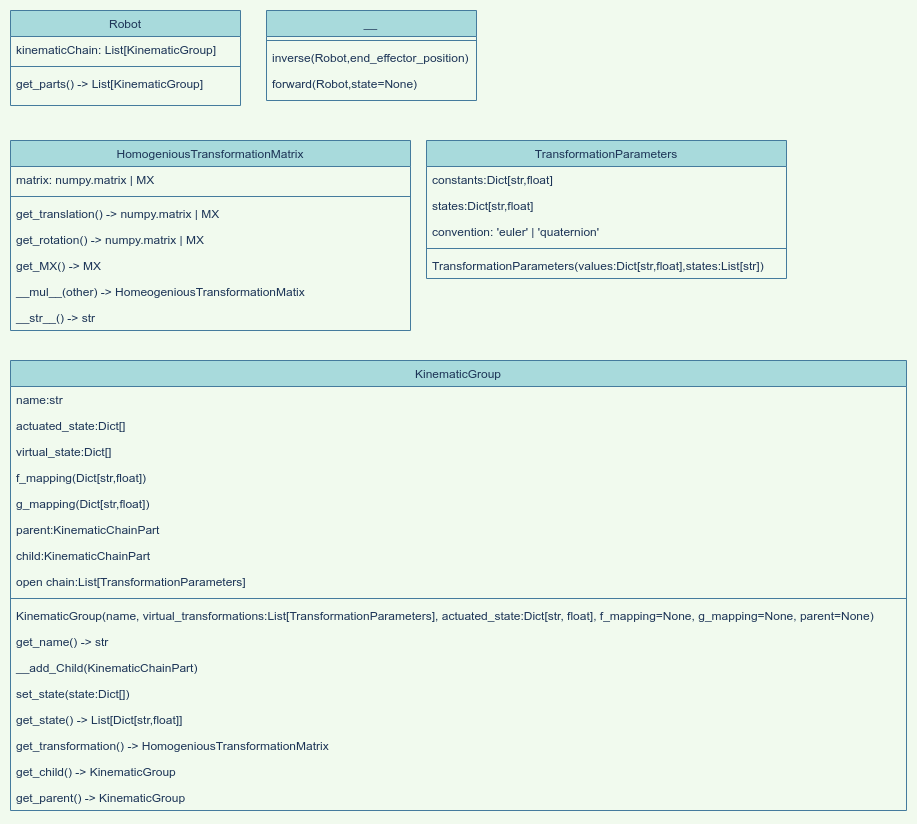
TriPed-Robot/trip_kinematics keeps this draw.io diagram as docs/design/TriP.png. Above is the earlier version. Source tidied: cells renumbered, new cells last; positions are measured from the earlier drawing's top-left corner, leaving out a move shared by most shapes.
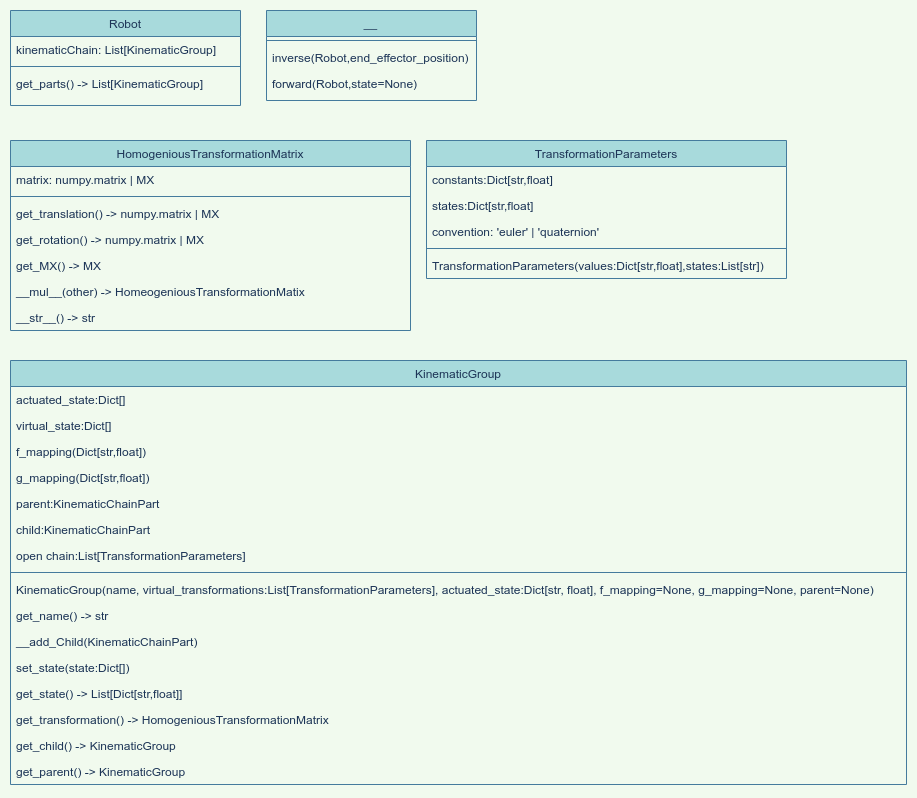
The same diagram one commit later.

What changed in the source:
```diff
@@ -27,58 +27,55 @@
       <mxGeometry y="60" width="210" height="26" as="geometry" />
     </mxCell>
     <mxCell id="10" value="KinematicGroup" style="swimlane;fontStyle=0;align=center;verticalAlign=top;horizontal=1;startSize=26;shadow=0;strokeWidth=1;fillColor=#A8DADC;strokeColor=#457B9D;fontColor=#1D3557;" parent="1" vertex="1">
-      <mxGeometry y="350" width="896" height="450" as="geometry" />
+      <mxGeometry y="350" width="896" height="424" as="geometry" />
     </mxCell>
-    <mxCell id="11" value="name:str" style="text;align=left;verticalAlign=top;spacingLeft=4;spacingRight=4;overflow=hidden;fontColor=#1D3557;" parent="10" vertex="1">
-      <mxGeometry y="26" width="896" height="26" as="geometry" />
-    </mxCell>
     <mxCell id="12" value="actuated_state:Dict[]" style="text;align=left;verticalAlign=top;spacingLeft=4;spacingRight=4;overflow=hidden;fontColor=#1D3557;" parent="10" vertex="1">
-      <mxGeometry y="52" width="896" height="26" as="geometry" />
+      <mxGeometry y="26" width="896" height="26" as="geometry" />
     </mxCell>
     <mxCell id="13" value="virtual_state:Dict[]" style="text;align=left;verticalAlign=top;spacingLeft=4;spacingRight=4;overflow=hidden;fontColor=#1D3557;" parent="10" vertex="1">
-      <mxGeometry y="78" width="896" height="26" as="geometry" />
+      <mxGeometry y="52" width="896" height="26" as="geometry" />
     </mxCell>
     <mxCell id="14" value="f_mapping(Dict[str,float])" style="text;align=left;verticalAlign=top;spacingLeft=4;spacingRight=4;overflow=hidden;fontColor=#1D3557;" parent="10" vertex="1">
-      <mxGeometry y="104" width="896" height="26" as="geometry" />
+      <mxGeometry y="78" width="896" height="26" as="geometry" />
     </mxCell>
     <mxCell id="15" value="g_mapping(Dict[str,float])" style="text;align=left;verticalAlign=top;spacingLeft=4;spacingRight=4;overflow=hidden;fontColor=#1D3557;" parent="10" vertex="1">
-      <mxGeometry y="130" width="896" height="26" as="geometry" />
+      <mxGeometry y="104" width="896" height="26" as="geometry" />
     </mxCell>
     <mxCell id="16" value="parent:KinematicChainPart" style="text;align=left;verticalAlign=top;spacingLeft=4;spacingRight=4;overflow=hidden;fontColor=#1D3557;" parent="10" vertex="1">
-      <mxGeometry y="156" width="896" height="26" as="geometry" />
+      <mxGeometry y="130" width="896" height="26" as="geometry" />
     </mxCell>
     <mxCell id="17" value="child:KinematicChainPart" style="text;align=left;verticalAlign=top;spacingLeft=4;spacingRight=4;overflow=hidden;fontColor=#1D3557;" parent="10" vertex="1">
-      <mxGeometry y="182" width="896" height="26" as="geometry" />
+      <mxGeometry y="156" width="896" height="26" as="geometry" />
     </mxCell>
     <mxCell id="18" value="open chain:List[TransformationParameters]" style="text;align=left;verticalAlign=top;spacingLeft=4;spacingRight=4;overflow=hidden;fontColor=#1D3557;" parent="10" vertex="1">
-      <mxGeometry y="208" width="896" height="26" as="geometry" />
+      <mxGeometry y="182" width="896" height="26" as="geometry" />
     </mxCell>
     <mxCell id="19" style="line;html=1;strokeWidth=1;align=left;verticalAlign=middle;spacingTop=-1;spacingLeft=3;spacingRight=3;labelPosition=right;fillColor=#A8DADC;strokeColor=#457B9D;fontColor=#1D3557;labelBackgroundColor=#F1FAEE;" parent="10" vertex="1">
-      <mxGeometry y="234" width="896" height="8" as="geometry" />
+      <mxGeometry y="208" width="896" height="8" as="geometry" />
     </mxCell>
     <mxCell id="20" value="KinematicGroup(name, virtual_transformations:List[TransformationParameters], actuated_state:Dict[str, float], f_mapping=None, g_mapping=None, parent=None)" style="text;align=left;verticalAlign=top;spacingLeft=4;spacingRight=4;overflow=hidden;fontColor=#1D3557;" parent="10" vertex="1">
-      <mxGeometry y="242" width="896" height="26" as="geometry" />
+      <mxGeometry y="216" width="896" height="26" as="geometry" />
     </mxCell>
     <mxCell id="21" value="get_name() -&gt; str" style="text;align=left;verticalAlign=top;spacingLeft=4;spacingRight=4;overflow=hidden;fontColor=#1D3557;" parent="10" vertex="1">
-      <mxGeometry y="268" width="896" height="26" as="geometry" />
+      <mxGeometry y="242" width="896" height="26" as="geometry" />
     </mxCell>
     <mxCell id="22" value="__add_Child(KinematicChainPart)" style="text;align=left;verticalAlign=top;spacingLeft=4;spacingRight=4;overflow=hidden;fontColor=#1D3557;" parent="10" vertex="1">
-      <mxGeometry y="294" width="896" height="26" as="geometry" />
+      <mxGeometry y="268" width="896" height="26" as="geometry" />
     </mxCell>
     <mxCell id="23" value="set_state(state:Dict[])" style="text;align=left;verticalAlign=top;spacingLeft=4;spacingRight=4;overflow=hidden;fontColor=#1D3557;" parent="10" vertex="1">
-      <mxGeometry y="320" width="896" height="26" as="geometry" />
+      <mxGeometry y="294" width="896" height="26" as="geometry" />
     </mxCell>
     <mxCell id="24" value="get_state() -&gt; List[Dict[str,float]]" style="text;align=left;verticalAlign=top;spacingLeft=4;spacingRight=4;overflow=hidden;fontColor=#1D3557;" parent="10" vertex="1">
-      <mxGeometry y="346" width="896" height="26" as="geometry" />
+      <mxGeometry y="320" width="896" height="26" as="geometry" />
     </mxCell>
     <mxCell id="25" value="get_transformation() -&gt; HomogeniousTransformationMatrix" style="text;align=left;verticalAlign=top;spacingLeft=4;spacingRight=4;overflow=hidden;fontColor=#1D3557;" parent="10" vertex="1">
-      <mxGeometry y="372" width="896" height="26" as="geometry" />
+      <mxGeometry y="346" width="896" height="26" as="geometry" />
     </mxCell>
     <mxCell id="26" value="get_child() -&gt; KinematicGroup" style="text;align=left;verticalAlign=top;spacingLeft=4;spacingRight=4;overflow=hidden;fontColor=#1D3557;" parent="10" vertex="1">
-      <mxGeometry y="398" width="896" height="26" as="geometry" />
+      <mxGeometry y="372" width="896" height="26" as="geometry" />
     </mxCell>
     <mxCell id="27" value="get_parent() -&gt; KinematicGroup" style="text;align=left;verticalAlign=top;spacingLeft=4;spacingRight=4;overflow=hidden;fontColor=#1D3557;" parent="10" vertex="1">
-      <mxGeometry y="424" width="896" height="26" as="geometry" />
+      <mxGeometry y="398" width="896" height="26" as="geometry" />
     </mxCell>
     <mxCell id="28" value="HomogeniousTransformationMatrix" style="swimlane;fontStyle=0;align=center;verticalAlign=top;horizontal=1;startSize=26;shadow=0;strokeWidth=1;fillColor=#A8DADC;strokeColor=#457B9D;fontColor=#1D3557;" parent="1" vertex="1">
       <mxGeometry y="130" width="400" height="190" as="geometry" />
```
